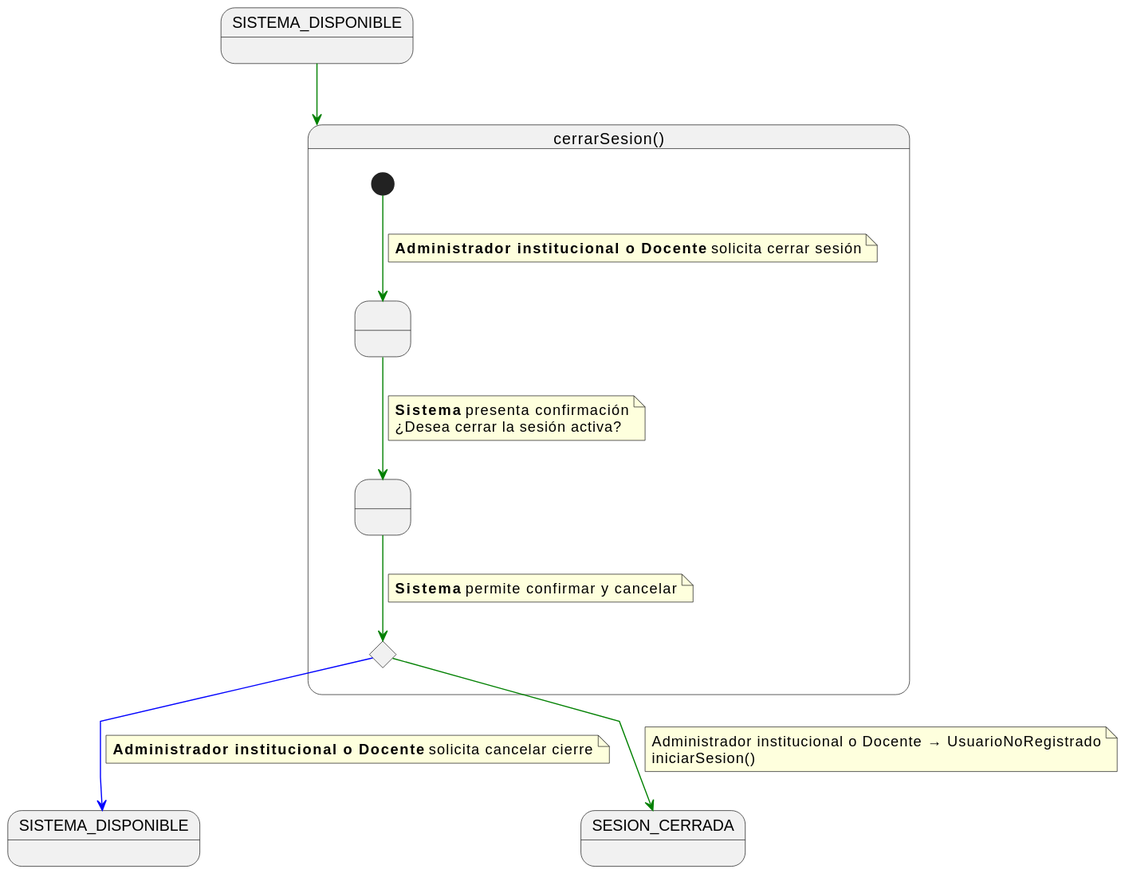
This is documents/casos-de-uso/detalladoCasosDeUso/cerrarSesion/cerrarSesion.svg from martinlopez7/25-26-IdSw1-SdR, a PlantUML export, as it was before one commit.
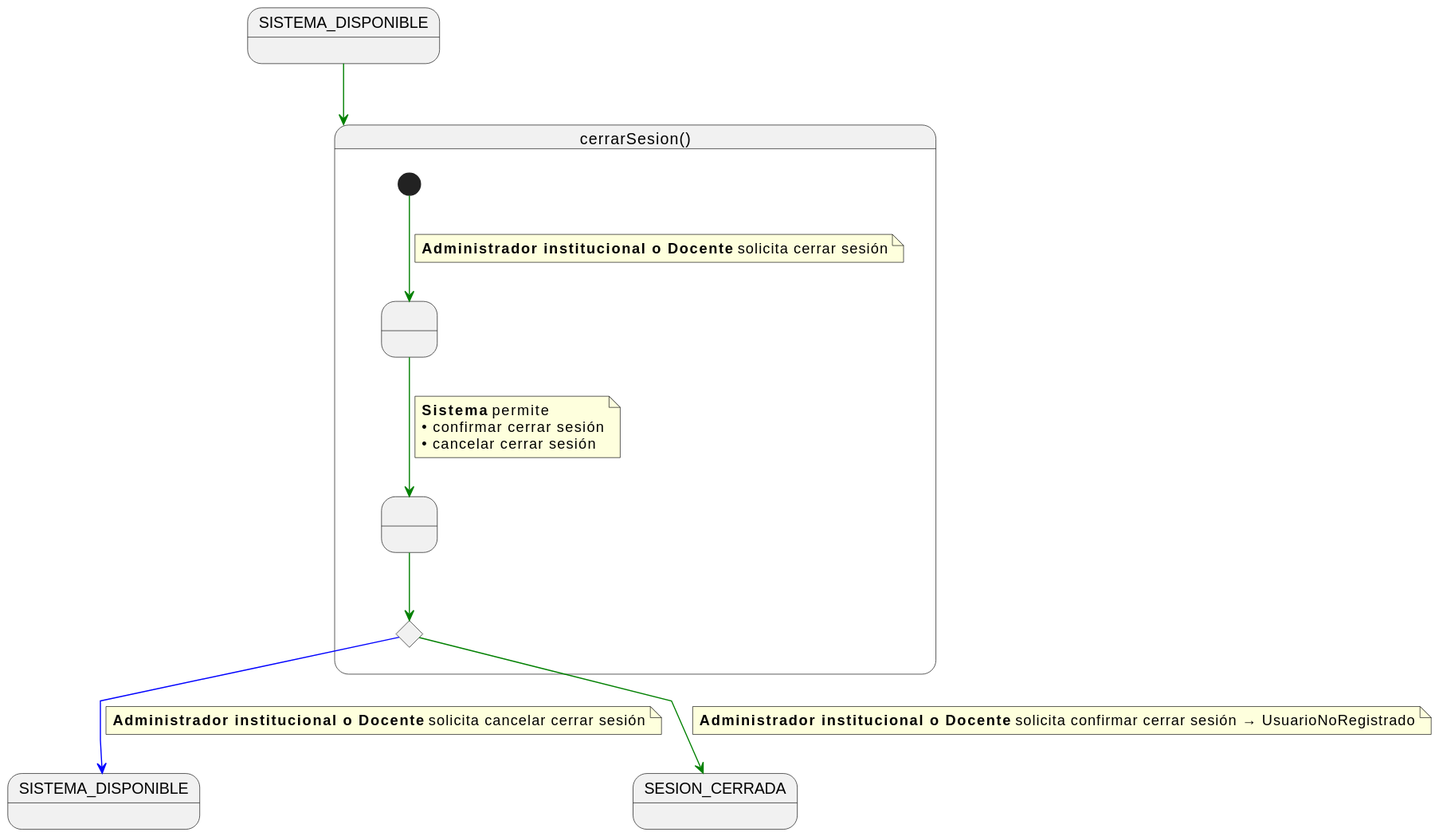
The same file after the commit.

The edit, as a diff of the source:
```diff
@@ -17,15 +17,12 @@
 
     SolicitandoCierre -[#green]-> ConfirmandoCierre
     note on link
-    <b>Sistema</b> presenta confirmación
-    ¿Desea cerrar la sesión activa?
+    <b>Sistema</b> permite
+    • confirmar cerrar sesión
+    • cancelar cerrar sesión
     end note
 
     ConfirmandoCierre -[#green]-> c
-    note on link
-    <b>Sistema</b> permite confirmar y cancelar
-    end note
-
 
 }
 
@@ -33,13 +30,12 @@
 
     c -[#blue]-> SISTEMA_DISPONIBLE2
     note on link
-    <b>Administrador institucional o Docente</b> solicita cancelar cierre
+    <b>Administrador institucional o Docente</b> solicita cancelar cerrar sesión
     end note
 
     c -[#green]-> SESION_CERRADA
     note on link
-    Administrador institucional o Docente → UsuarioNoRegistrado
-    iniciarSesion()
+    <b>Administrador institucional o Docente</b> solicita confirmar cerrar sesión → UsuarioNoRegistrado
     end note
 
 
```
